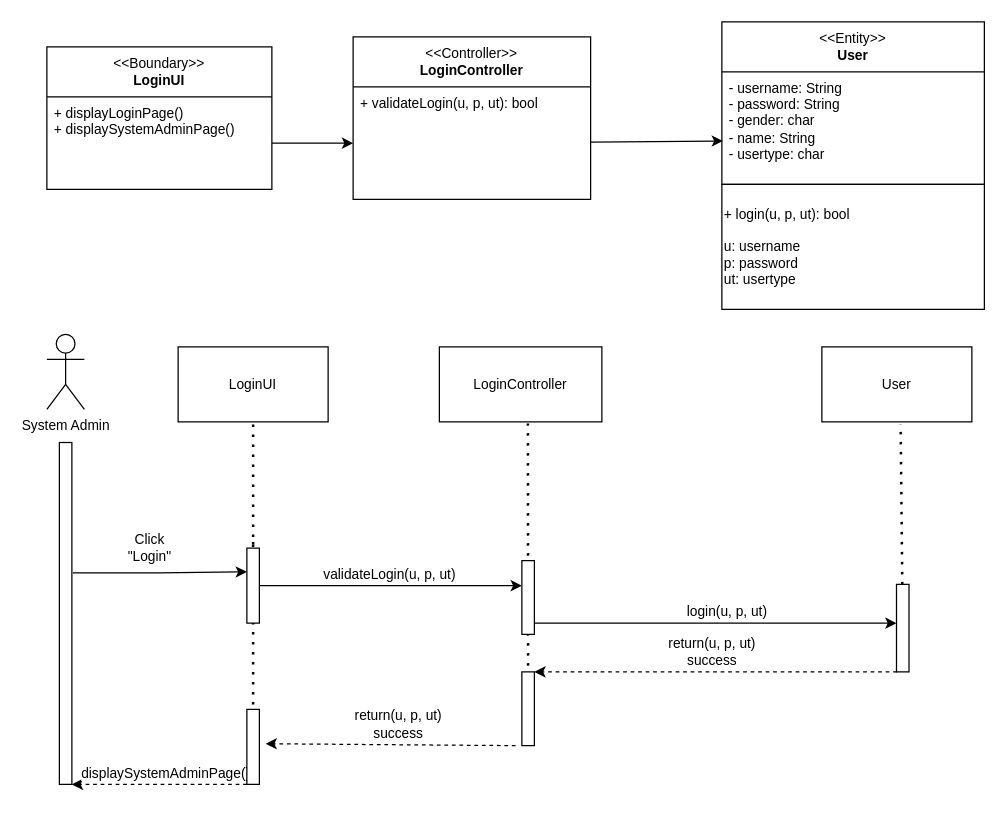
This is page "SystemAdminLogin" (1 of 15) of BCE.drawio from junrenx/Diagrams, a draw.io file, before an edit. Source tidied: cells renumbered, new cells numbered last; positions are measured from the earlier drawing's top-left corner, leaving out a move shared by most shapes. Both pictures are drawn from the tidied source at 125%, with x=0, y=0 at pixel (46, 21).
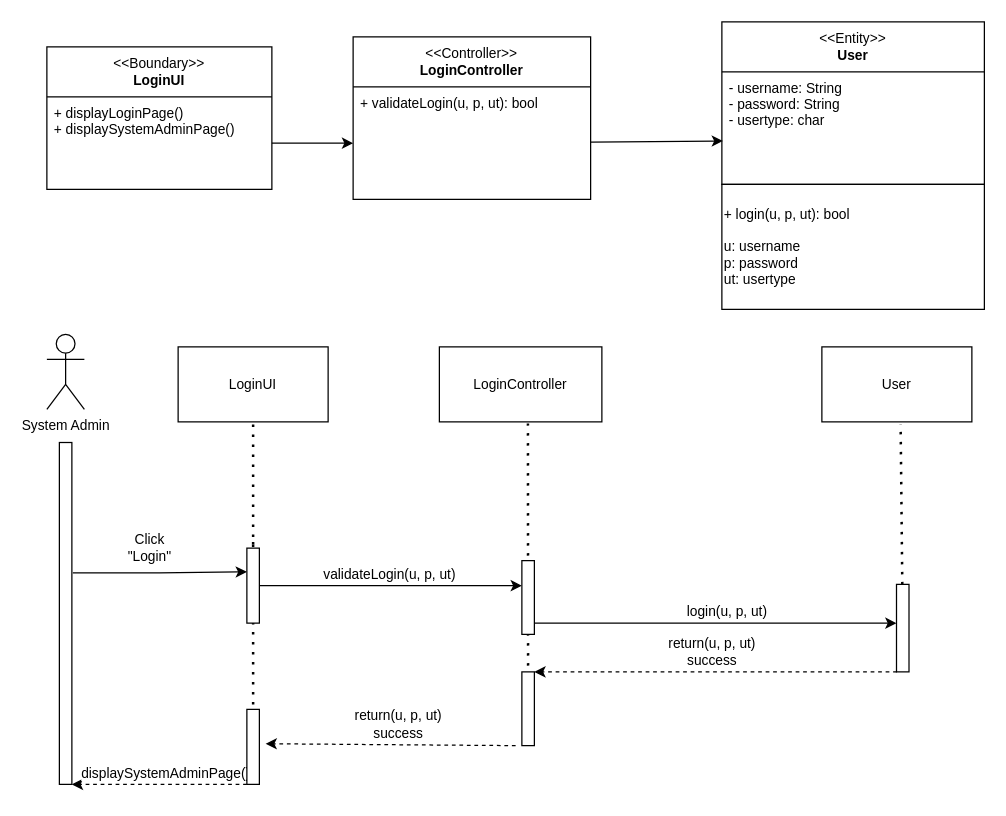
After the change.

The change refers to these unchanged cells:
```xml
<mxCell id="13" value="&amp;lt;&amp;lt;Entity&amp;gt;&amp;gt;&lt;b style=&quot;font-size: 11px;&quot;&gt;&lt;br style=&quot;font-size: 11px;&quot;&gt;User&lt;br style=&quot;font-size: 11px;&quot;&gt;&lt;/b&gt;" style="swimlane;fontStyle=0;horizontal=1;startSize=40;fillColor=none;whiteSpace=wrap;html=1;fontSize=11;" parent="1" vertex="1">
  <mxGeometry x="540" width="210" height="130" as="geometry" />
</mxCell>
```

What changed in the source:
```diff
@@
-    <mxCell id="14" value="- username: String&lt;br style=&quot;font-size: 11px;&quot;&gt;- password: String&lt;br style=&quot;font-size: 11px;&quot;&gt;- gender: char&lt;br style=&quot;font-size: 11px;&quot;&gt;- name: String&lt;br style=&quot;font-size: 11px;&quot;&gt;- usertype: char" style="text;strokeColor=none;fillColor=none;align=left;verticalAlign=top;spacingLeft=4;spacingRight=4;overflow=hidden;points=[[0,0.5],[1,0.5]];portConstraint=eastwest;whiteSpace=wrap;html=1;fontSize=11;" parent="13" vertex="1">
+    <mxCell id="14" value="- username: String&lt;br style=&quot;font-size: 11px;&quot;&gt;- password: String&lt;br style=&quot;font-size: 11px;&quot;&gt;- usertype: char" style="text;strokeColor=none;fillColor=none;align=left;verticalAlign=top;spacingLeft=4;spacingRight=4;overflow=hidden;points=[[0,0.5],[1,0.5]];portConstraint=eastwest;whiteSpace=wrap;html=1;fontSize=11;" parent="13" vertex="1">
       <mxGeometry y="40" width="210" height="90" as="geometry" />
     </mxCell>
```
